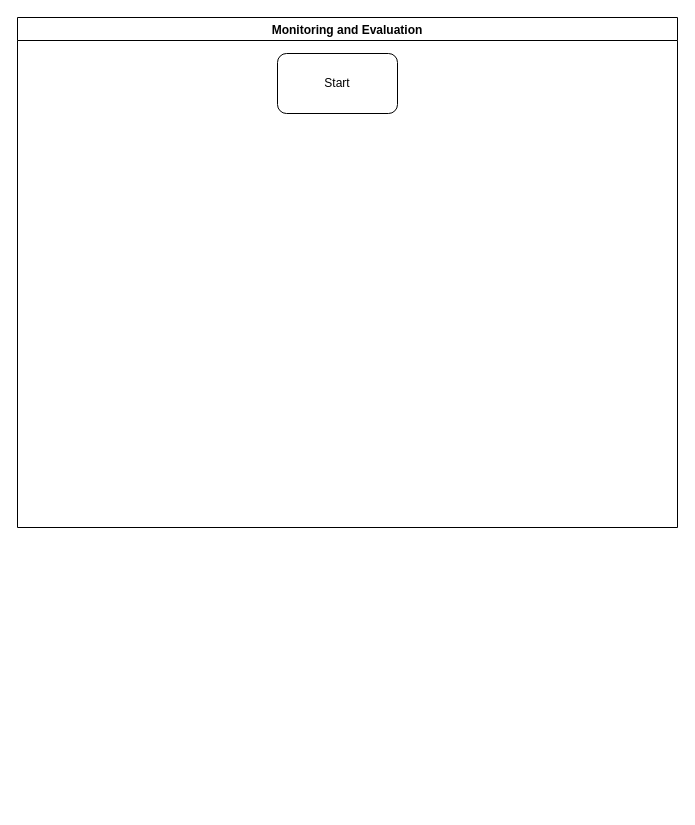
kmagua/flowcharts keeps this draw.io diagram as KEFRI-R&D-Monitoring and evaluation.drawio. Above is the earlier version. Source tidied: cells renumbered, new cells numbered last; positions are measured from the earlier drawing's top-left corner, leaving out a move shared by most shapes. Both pictures are drawn from the tidied source at 100%, with x=0, y=0 at pixel (17, 17).
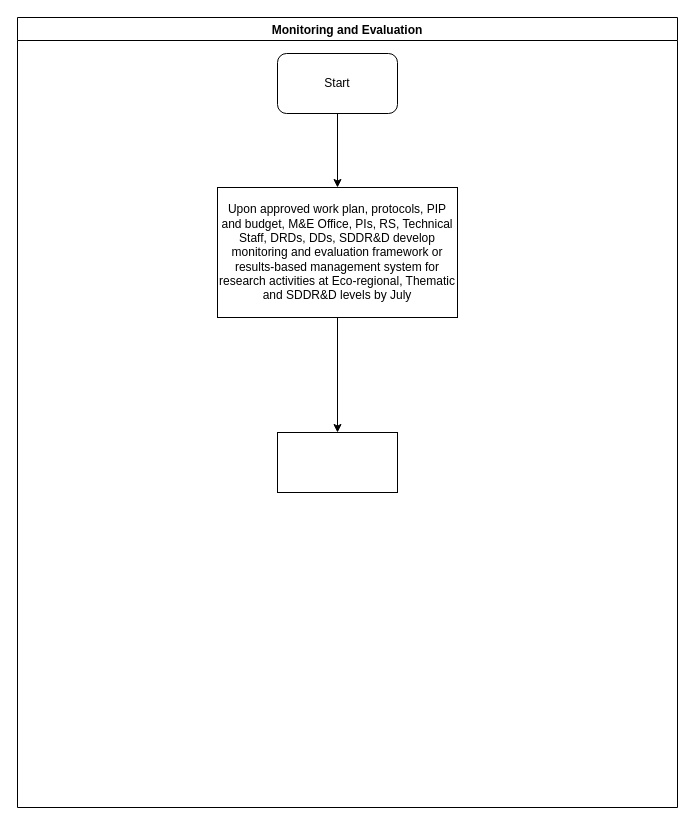
The same page after the edit.

Change to the diagram source:
```diff
@@
 <mxGraphModel>
   <root>
     <mxCell id="0" />
     <mxCell id="1" parent="0" />
     <mxCell id="2" value="Monitoring and Evaluation" style="swimlane;" parent="1" vertex="1">
-      <mxGeometry width="660" height="510" as="geometry" />
+      <mxGeometry width="660" height="790" as="geometry" />
     </mxCell>
     <mxCell id="3" value="Start" style="rounded=1;whiteSpace=wrap;html=1;" parent="2" vertex="1">
       <mxGeometry x="260" y="36" width="120" height="60" as="geometry" />
     </mxCell>
+    <mxCell id="4" value="Upon approved work plan, protocols, PIP and budget, M&amp;amp;E Office, PIs, RS, Technical Staff, DRDs, DDs, SDDR&amp;amp;D develop monitoring and evaluation framework or results-based management system for research activities at Eco-regional, Thematic and SDDR&amp;amp;D levels by July" style="rounded=0;whiteSpace=wrap;html=1;" parent="2" vertex="1">
+      <mxGeometry x="200" y="170" width="240" height="130" as="geometry" />
+    </mxCell>
+    <mxCell id="5" style="edgeStyle=orthogonalEdgeStyle;rounded=0;jettySize=auto;html=1;" parent="2" edge="1" source="3" target="4">
+      <mxGeometry relative="1" as="geometry" />
+    </mxCell>
+    <mxCell id="6" style="whiteSpace=wrap;html=1;rounded=0;" parent="1" vertex="1">
+      <mxGeometry x="260" y="415" width="120" height="60" as="geometry" />
+    </mxCell>
+    <mxCell id="7" style="edgeStyle=orthogonalEdgeStyle;rounded=0;jettySize=auto;html=1;" parent="1" edge="1" source="4" target="6">
+      <mxGeometry relative="1" as="geometry" />
+    </mxCell>
   </root>
 </mxGraphModel>
```
